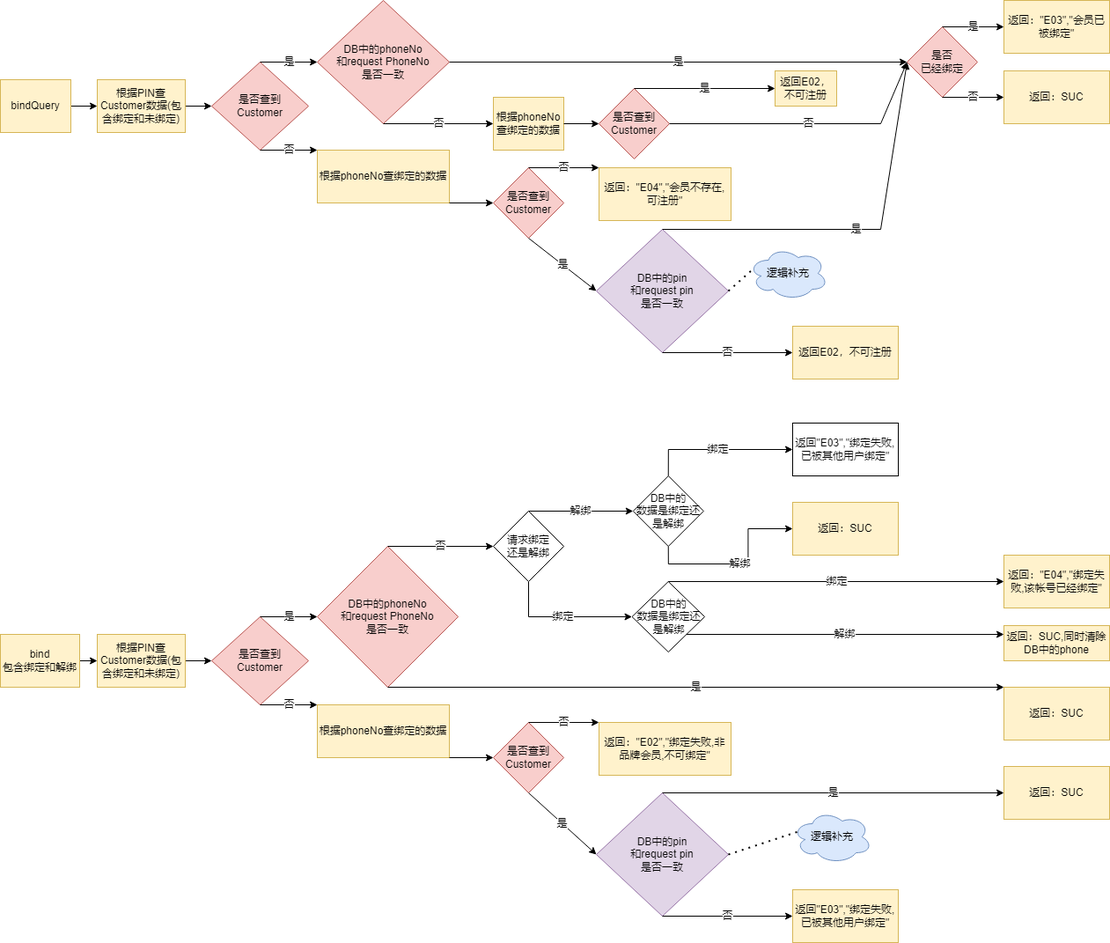
The draw.io diagram diagrams2/111.png in xiaoqforever/diagrams, before a commit. Source tidied: cells renumbered, new cells last; positions are measured from the earlier drawing's top-left corner, leaving out a move shared by most shapes.
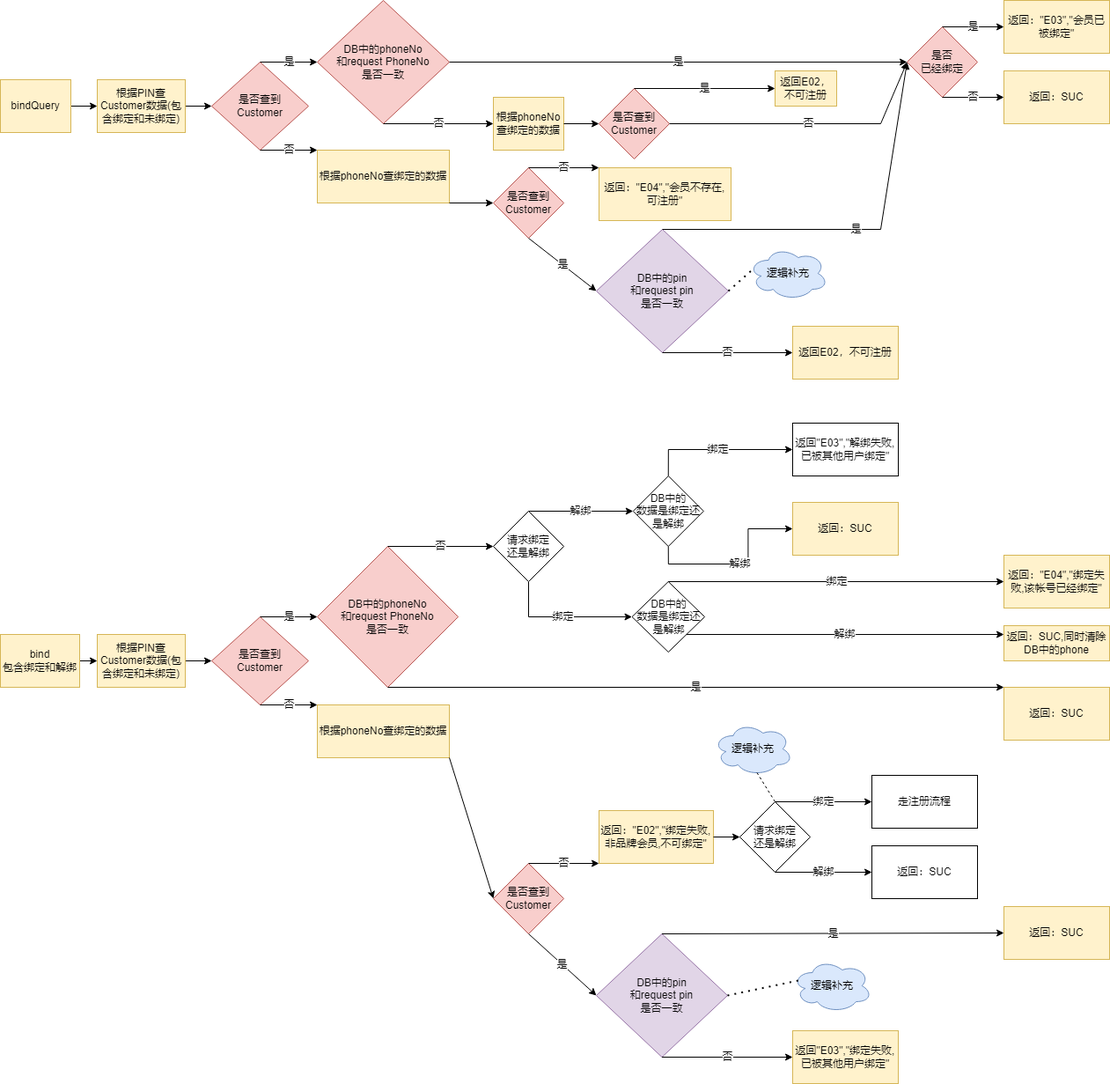
The same diagram one commit later.

Change to the diagram source:
```diff
@@ -161,31 +161,31 @@
       <mxGeometry x="360" y="800" width="150" height="60" as="geometry" />
     </mxCell>
     <mxCell id="51" value="返回：SUC" style="rounded=0;whiteSpace=wrap;html=1;fillColor=#fff2cc;strokeColor=#d6b656;" parent="1" vertex="1">
-      <mxGeometry x="1140" y="870" width="120" height="60" as="geometry" />
+      <mxGeometry x="1140" y="1029" width="120" height="60" as="geometry" />
     </mxCell>
     <mxCell id="52" value="是否查到&lt;br&gt;Customer" style="rhombus;whiteSpace=wrap;html=1;fontFamily=Helvetica;fontSize=12;fillColor=#f8cecc;strokeColor=#b85450;" parent="1" vertex="1">
-      <mxGeometry x="560" y="820" width="80" height="80" as="geometry" />
+      <mxGeometry x="560" y="980" width="80" height="80" as="geometry" />
     </mxCell>
     <mxCell id="53" style="endArrow=classic;html=1;rounded=0;entryX=0;entryY=0.5;entryDx=0;entryDy=0;exitX=1;exitY=1;exitDx=0;exitDy=0;" parent="1" edge="1" source="50" target="52">
       <mxGeometry relative="1" as="geometry" />
     </mxCell>
-    <mxCell id="54" value="否" style="endArrow=classic;html=1;rounded=0;exitX=0.5;exitY=0;exitDx=0;exitDy=0;entryX=0;entryY=0;entryDx=0;entryDy=0;" parent="1" edge="1" source="52" target="56">
+    <mxCell id="54" value="否" style="endArrow=classic;html=1;rounded=0;exitX=0.5;exitY=0;exitDx=0;exitDy=0;entryX=0;entryY=1;entryDx=0;entryDy=0;" parent="1" edge="1" source="52" target="56">
       <mxGeometry relative="1" as="geometry" />
     </mxCell>
     <mxCell id="55" value="是" style="endArrow=classic;html=1;rounded=0;exitX=0.5;exitY=1;exitDx=0;exitDy=0;entryX=0;entryY=0.5;entryDx=0;entryDy=0;" parent="1" edge="1" source="52" target="57">
       <mxGeometry relative="1" as="geometry" />
     </mxCell>
     <mxCell id="56" value="返回：&quot;E02&quot;,&quot;绑定失败,非品牌会员,不可绑定&quot;" style="rounded=0;whiteSpace=wrap;html=1;fontFamily=Helvetica;fontSize=12;fillColor=#fff2cc;strokeColor=#d6b656;" parent="1" vertex="1">
-      <mxGeometry x="680" y="820" width="150" height="60" as="geometry" />
+      <mxGeometry x="680" y="920" width="130" height="60" as="geometry" />
     </mxCell>
     <mxCell id="57" value="DB中的pin&lt;br&gt;和request&amp;nbsp;pin&lt;br&gt;是否一致" style="rhombus;whiteSpace=wrap;html=1;fillColor=#e1d5e7;strokeColor=#9673a6;" parent="1" vertex="1">
-      <mxGeometry x="677" y="900" width="150" height="140" as="geometry" />
+      <mxGeometry x="677" y="1060" width="149" height="140" as="geometry" />
     </mxCell>
     <mxCell id="58" value="是" style="endArrow=classic;html=1;rounded=0;exitX=0.5;exitY=0;exitDx=0;exitDy=0;entryX=0;entryY=0.5;entryDx=0;entryDy=0;" parent="1" edge="1" source="57" target="51">
       <mxGeometry relative="1" as="geometry" />
     </mxCell>
     <mxCell id="59" value="返回&quot;E03&quot;,&quot;绑定失败,已被其他用户绑定&quot;" style="rounded=0;whiteSpace=wrap;html=1;fontFamily=Helvetica;fontSize=12;fillColor=#fff2cc;strokeColor=#d6b656;" parent="1" vertex="1">
-      <mxGeometry x="900" y="1010" width="120" height="60" as="geometry" />
+      <mxGeometry x="900" y="1170" width="120" height="60" as="geometry" />
     </mxCell>
     <mxCell id="60" value="否" style="endArrow=classic;html=1;rounded=0;exitX=0.5;exitY=1;exitDx=0;exitDy=0;entryX=0;entryY=0.5;entryDx=0;entryDy=0;" parent="1" edge="1" source="57" target="59">
       <mxGeometry relative="1" as="geometry" />
@@ -197,7 +197,7 @@
       <mxGeometry relative="1" as="geometry" />
     </mxCell>
     <mxCell id="63" value="逻辑补充" style="ellipse;shape=cloud;whiteSpace=wrap;html=1;fillColor=#dae8fc;strokeColor=#6c8ebf;" parent="1" vertex="1">
-      <mxGeometry x="900" y="920" width="90" height="60" as="geometry" />
+      <mxGeometry x="900" y="1089" width="90" height="60" as="geometry" />
     </mxCell>
     <mxCell id="64" style="endArrow=none;dashed=1;html=1;dashPattern=1 3;strokeWidth=2;rounded=0;entryX=0.07;entryY=0.4;entryDx=0;entryDy=0;entryPerimeter=0;exitX=1;exitY=0.5;exitDx=0;exitDy=0;" parent="1" edge="1" source="57" target="63">
       <mxGeometry relative="1" as="geometry" />
@@ -243,11 +243,35 @@
     <mxCell id="77" value="解绑" style="endArrow=classic;html=1;rounded=0;exitX=1;exitY=1;exitDx=0;exitDy=0;entryX=0;entryY=0.25;entryDx=0;entryDy=0;" parent="1" edge="1" source="70" target="73">
       <mxGeometry relative="1" as="geometry" />
     </mxCell>
-    <mxCell id="78" value="返回&quot;E03&quot;,&quot;绑定失败,已被其他用户绑定&quot;" style="rounded=0;whiteSpace=wrap;html=1;" parent="1" vertex="1">
+    <mxCell id="78" value="返回&quot;E03&quot;,&quot;解绑失败,已被其他用户绑定&quot;" style="rounded=0;whiteSpace=wrap;html=1;" parent="1" vertex="1">
       <mxGeometry x="900" y="480" width="120" height="60" as="geometry" />
     </mxCell>
     <mxCell id="79" value="返回：SUC" style="rounded=0;whiteSpace=wrap;html=1;fillColor=#fff2cc;strokeColor=#d6b656;" parent="1" vertex="1">
       <mxGeometry x="900" y="570" width="120" height="60" as="geometry" />
     </mxCell>
+    <mxCell id="80" value="请求绑定&lt;br&gt;还是解绑" style="rhombus;whiteSpace=wrap;html=1;" parent="1" vertex="1">
+      <mxGeometry x="840" y="910" width="80" height="80" as="geometry" />
+    </mxCell>
+    <mxCell id="81" style="endArrow=classic;html=1;rounded=0;exitX=1;exitY=0.5;exitDx=0;exitDy=0;entryX=0;entryY=0.5;entryDx=0;entryDy=0;" parent="1" edge="1" source="56" target="80">
+      <mxGeometry relative="1" as="geometry" />
+    </mxCell>
+    <mxCell id="82" value="走注册流程" style="rounded=0;whiteSpace=wrap;html=1;" parent="1" vertex="1">
+      <mxGeometry x="990" y="880" width="120" height="60" as="geometry" />
+    </mxCell>
+    <mxCell id="83" value="逻辑补充" style="ellipse;shape=cloud;whiteSpace=wrap;html=1;fillColor=#dae8fc;strokeColor=#6c8ebf;" parent="1" vertex="1">
+      <mxGeometry x="810" y="820" width="90" height="60" as="geometry" />
+    </mxCell>
+    <mxCell id="84" style="endArrow=none;dashed=1;html=1;rounded=0;exitX=0.5;exitY=0;exitDx=0;exitDy=0;entryX=0.55;entryY=0.95;entryDx=0;entryDy=0;entryPerimeter=0;" parent="1" edge="1" source="80" target="83">
+      <mxGeometry relative="1" as="geometry" />
+    </mxCell>
+    <mxCell id="85" value="绑定" style="endArrow=classic;html=1;rounded=0;exitX=0.5;exitY=0;exitDx=0;exitDy=0;entryX=0;entryY=0.5;entryDx=0;entryDy=0;" parent="1" edge="1" source="80" target="82">
+      <mxGeometry relative="1" as="geometry" />
+    </mxCell>
+    <mxCell id="86" value="返回：SUC" style="rounded=0;whiteSpace=wrap;html=1;" parent="1" vertex="1">
+      <mxGeometry x="990" y="960" width="120" height="60" as="geometry" />
+    </mxCell>
+    <mxCell id="87" value="解绑" style="endArrow=classic;html=1;rounded=0;exitX=0.5;exitY=1;exitDx=0;exitDy=0;entryX=0;entryY=0.5;entryDx=0;entryDy=0;" parent="1" edge="1" source="80" target="86">
+      <mxGeometry relative="1" as="geometry" />
+    </mxCell>
   </root>
 </mxGraphModel>
```
